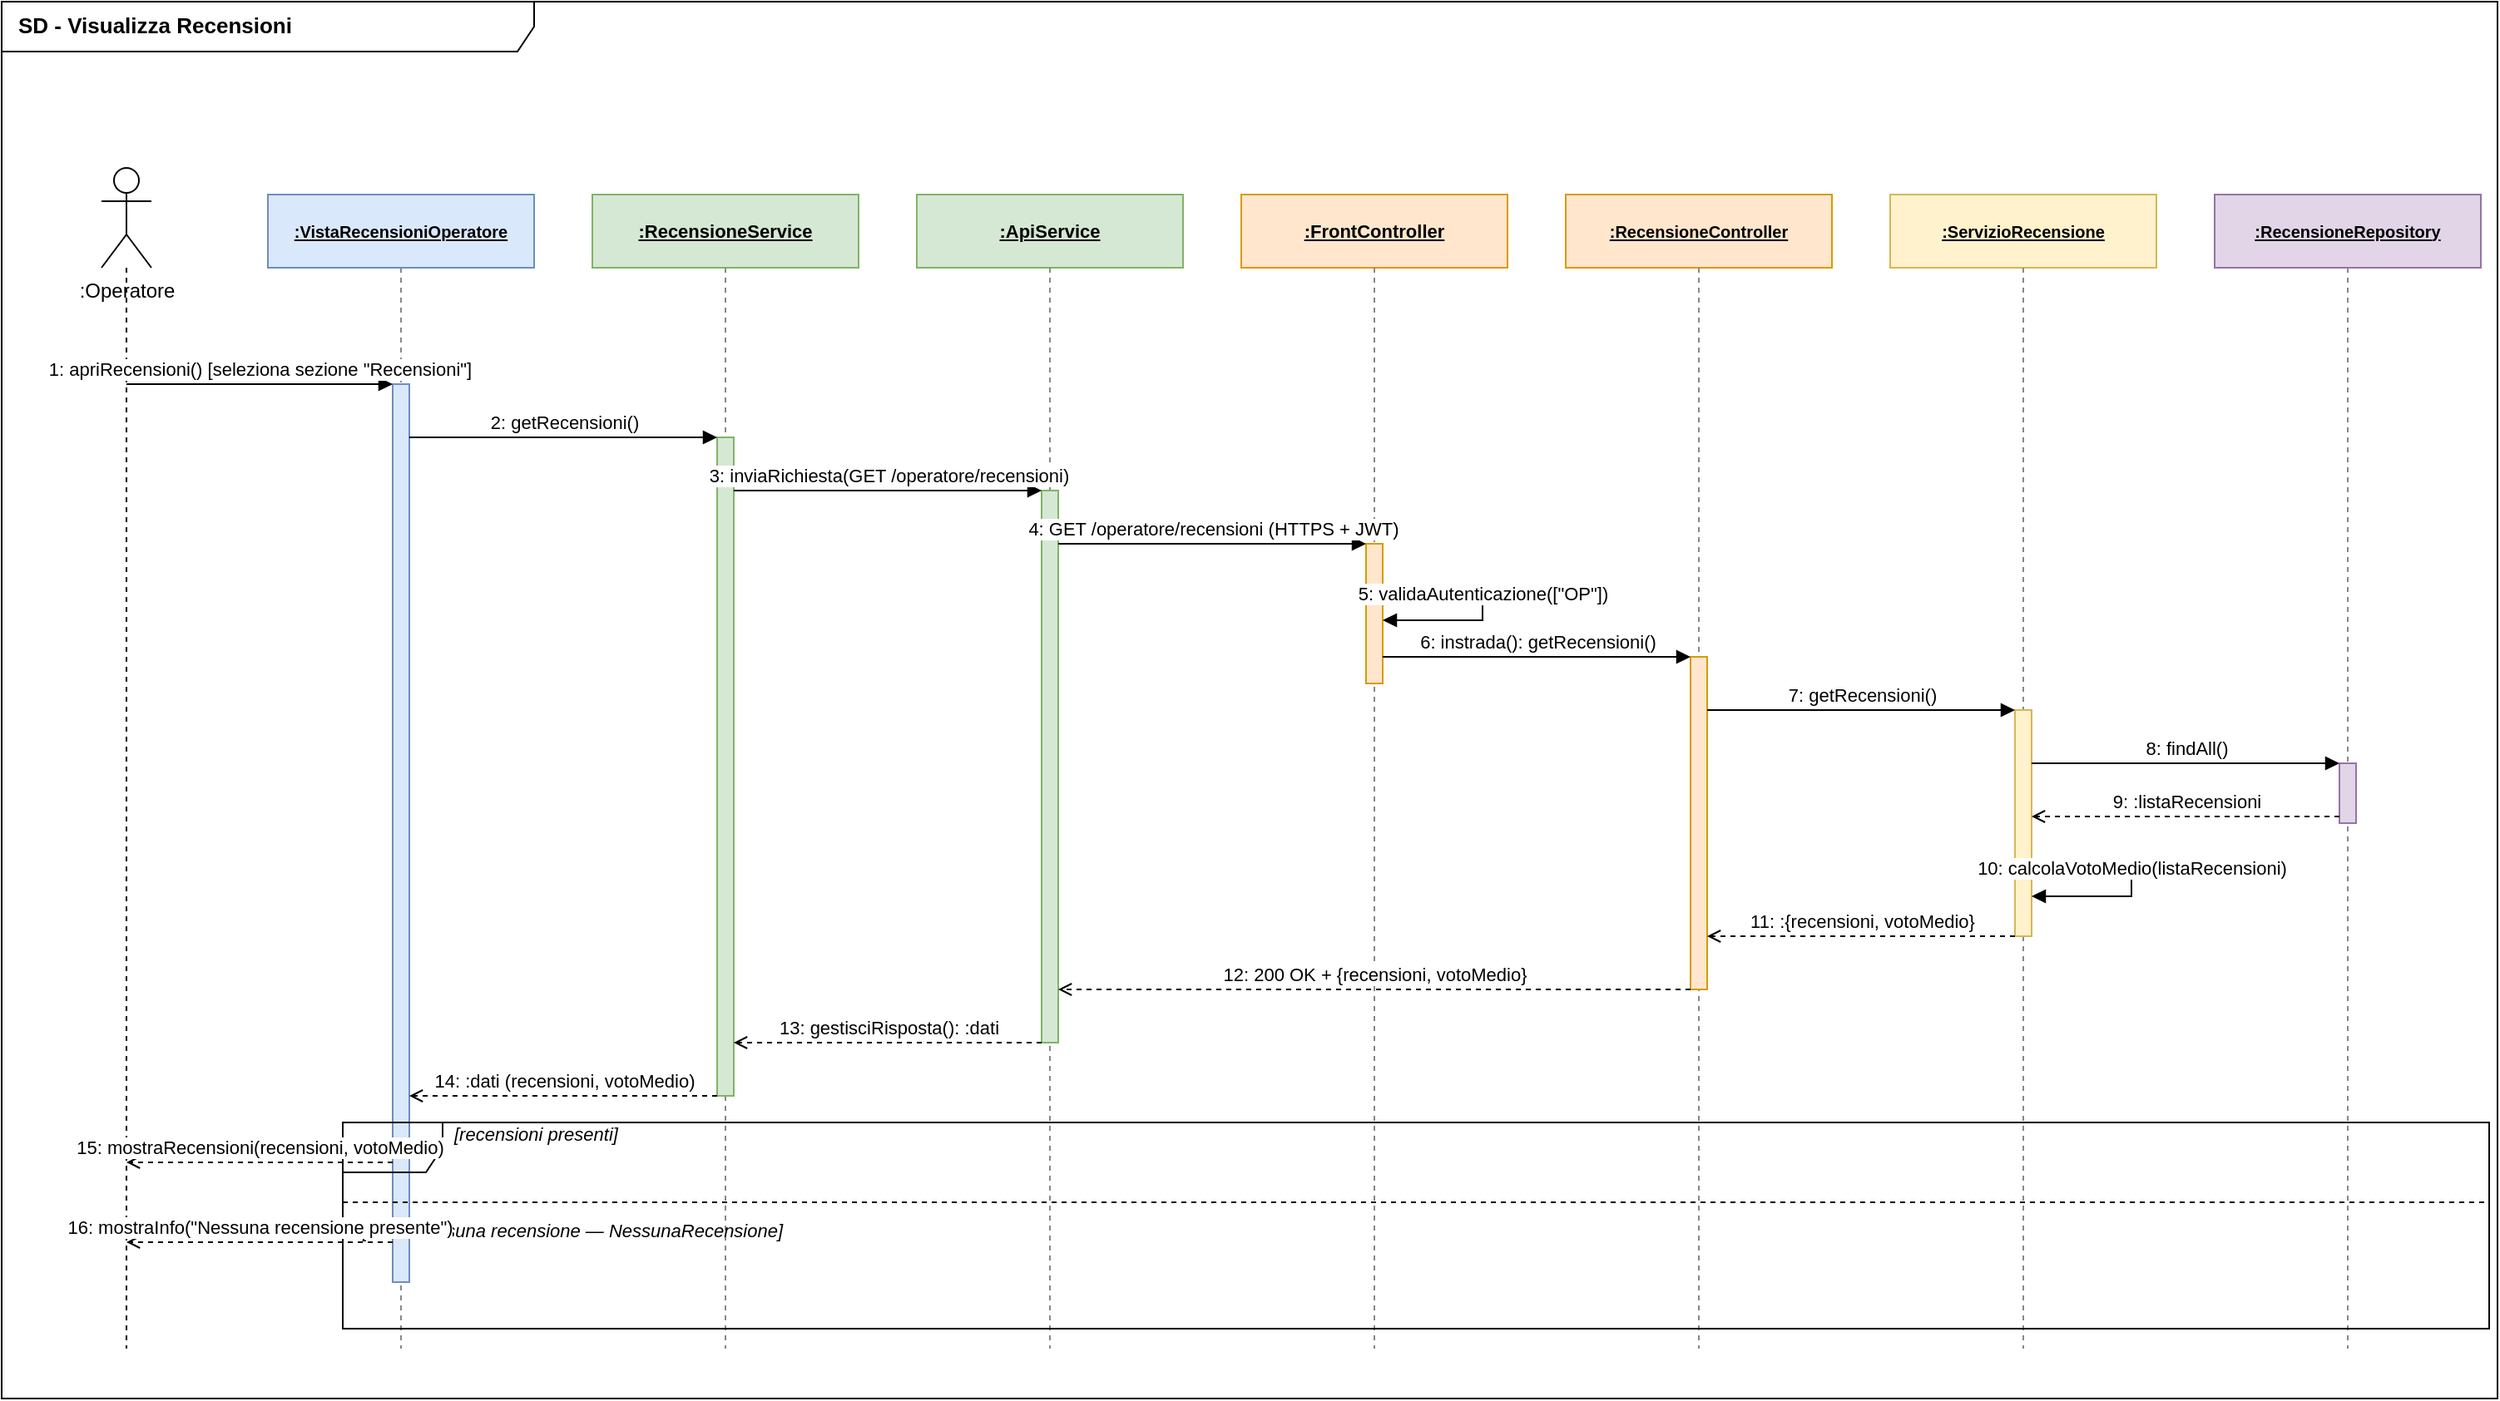
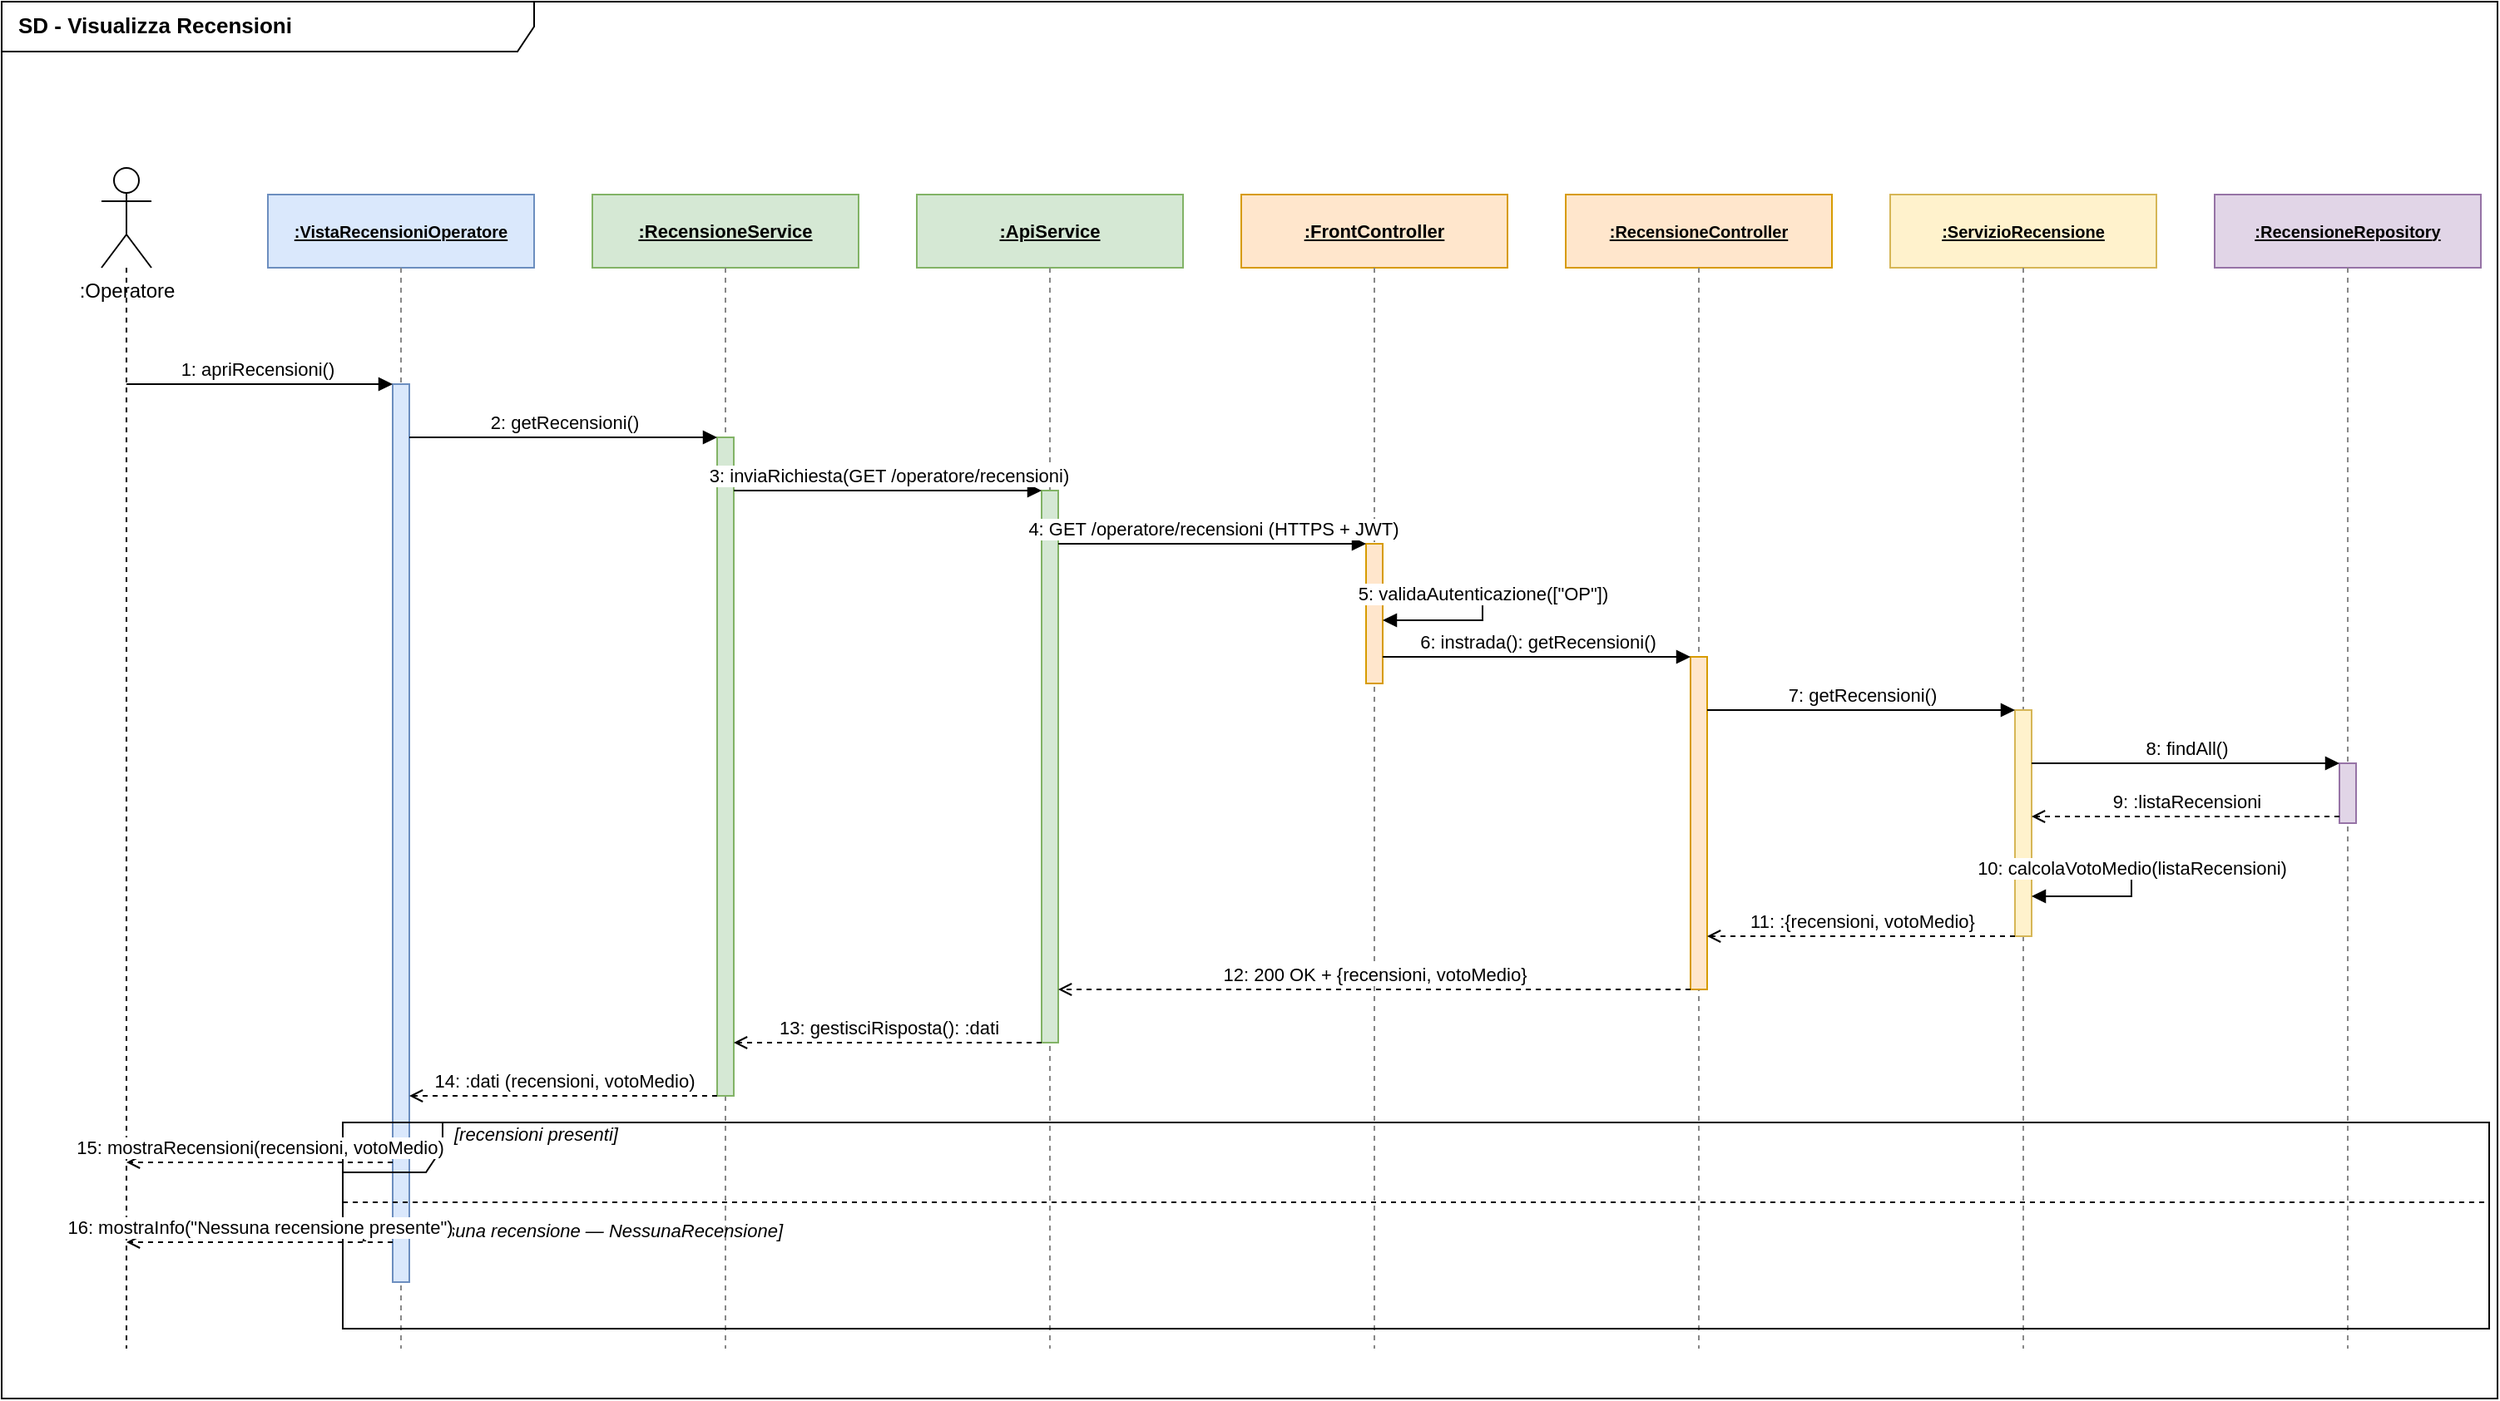
<mxfile host="65bd71144e">
    <diagram name="SD - Visualizza Recensioni" id="visualizza-recensioni-op12">
        <mxGraphModel dx="514" dy="642" grid="1" gridSize="10" guides="1" tooltips="1" connect="1" arrows="1" fold="1" page="1" pageScale="1" pageWidth="1654" pageHeight="1169" background="#FFFFFF" math="0" shadow="0">
            <root>
                <mxCell id="0"/>
                <mxCell id="1" parent="0"/>
                <mxCell id="frame" value="SD - Visualizza Recensioni" style="shape=umlFrame;whiteSpace=wrap;html=1;fontSize=13;fontStyle=1;align=left;spacingLeft=8;verticalAlign=top;width=320;height=30;" parent="1" vertex="1">
                    <mxGeometry x="45" y="80" width="1500" height="840" as="geometry"/>
                </mxCell>
                <mxCell id="ll-actor-h" value=":Operatore" style="shape=umlActor;verticalLabelPosition=bottom;verticalAlign=top;html=1;outlineConnect=0;" parent="1" vertex="1">
                    <mxGeometry x="105" y="180" width="30" height="60" as="geometry"/>
                </mxCell>
                <mxCell id="ll-actor" value="" style="endArrow=none;dashed=1;html=1;strokeColor=#000000;" parent="1" edge="1">
                    <mxGeometry relative="1" as="geometry">
                        <mxPoint x="120" y="240" as="sourcePoint"/>
                        <mxPoint x="120" y="890" as="targetPoint"/>
                    </mxGeometry>
                </mxCell>
                <mxCell id="ll-view-h" value="&lt;b&gt;&lt;u&gt;:VistaRecensioniOperatore&lt;/u&gt;&lt;/b&gt;" style="rounded=0;whiteSpace=wrap;html=1;fillColor=#dae8fc;strokeColor=#6c8ebf;fontSize=10;" parent="1" vertex="1">
                    <mxGeometry x="205" y="196" width="160" height="44" as="geometry"/>
                </mxCell>
                <mxCell id="ll-view" value="" style="endArrow=none;dashed=1;html=1;strokeColor=#888888;" parent="1" edge="1">
                    <mxGeometry relative="1" as="geometry">
                        <mxPoint x="285" y="240" as="sourcePoint"/>
                        <mxPoint x="285" y="890" as="targetPoint"/>
                    </mxGeometry>
                </mxCell>
                <mxCell id="ll-rs-h" value="&lt;b&gt;&lt;u&gt;:RecensioneService&lt;/u&gt;&lt;/b&gt;" style="rounded=0;whiteSpace=wrap;html=1;fillColor=#d5e8d4;strokeColor=#82b366;fontSize=11;" parent="1" vertex="1">
                    <mxGeometry x="400" y="196" width="160" height="44" as="geometry"/>
                </mxCell>
                <mxCell id="ll-rs" value="" style="endArrow=none;dashed=1;html=1;strokeColor=#888888;" parent="1" edge="1">
                    <mxGeometry relative="1" as="geometry">
                        <mxPoint x="480" y="240" as="sourcePoint"/>
                        <mxPoint x="480" y="890" as="targetPoint"/>
                    </mxGeometry>
                </mxCell>
                <mxCell id="ll-api-h" value="&lt;b&gt;&lt;u&gt;:ApiService&lt;/u&gt;&lt;/b&gt;" style="rounded=0;whiteSpace=wrap;html=1;fillColor=#d5e8d4;strokeColor=#82b366;fontSize=11;" parent="1" vertex="1">
                    <mxGeometry x="595" y="196" width="160" height="44" as="geometry"/>
                </mxCell>
                <mxCell id="ll-api" value="" style="endArrow=none;dashed=1;html=1;strokeColor=#888888;" parent="1" edge="1">
                    <mxGeometry relative="1" as="geometry">
                        <mxPoint x="675" y="240" as="sourcePoint"/>
                        <mxPoint x="675" y="890" as="targetPoint"/>
                    </mxGeometry>
                </mxCell>
                <mxCell id="ll-fc-h" value="&lt;b&gt;&lt;u&gt;:FrontController&lt;/u&gt;&lt;/b&gt;" style="rounded=0;whiteSpace=wrap;html=1;fillColor=#ffe6cc;strokeColor=#d79b00;fontSize=11;" parent="1" vertex="1">
                    <mxGeometry x="790" y="196" width="160" height="44" as="geometry"/>
                </mxCell>
                <mxCell id="ll-fc" value="" style="endArrow=none;dashed=1;html=1;strokeColor=#888888;" parent="1" edge="1">
                    <mxGeometry relative="1" as="geometry">
                        <mxPoint x="870" y="240" as="sourcePoint"/>
                        <mxPoint x="870" y="890" as="targetPoint"/>
                    </mxGeometry>
                </mxCell>
                <mxCell id="ll-rc-h" value="&lt;b&gt;&lt;u&gt;:RecensioneController&lt;/u&gt;&lt;/b&gt;" style="rounded=0;whiteSpace=wrap;html=1;fillColor=#ffe6cc;strokeColor=#d79b00;fontSize=10;" parent="1" vertex="1">
                    <mxGeometry x="985" y="196" width="160" height="44" as="geometry"/>
                </mxCell>
                <mxCell id="ll-rc" value="" style="endArrow=none;dashed=1;html=1;strokeColor=#888888;" parent="1" edge="1">
                    <mxGeometry relative="1" as="geometry">
                        <mxPoint x="1065" y="240" as="sourcePoint"/>
                        <mxPoint x="1065" y="890" as="targetPoint"/>
                    </mxGeometry>
                </mxCell>
                <mxCell id="ll-sr-h" value="&lt;b&gt;&lt;u&gt;:ServizioRecensione&lt;/u&gt;&lt;/b&gt;" style="rounded=0;whiteSpace=wrap;html=1;fillColor=#fff2cc;strokeColor=#d6b656;fontSize=10;" parent="1" vertex="1">
                    <mxGeometry x="1180" y="196" width="160" height="44" as="geometry"/>
                </mxCell>
                <mxCell id="ll-sr" value="" style="endArrow=none;dashed=1;html=1;strokeColor=#888888;" parent="1" edge="1">
                    <mxGeometry relative="1" as="geometry">
                        <mxPoint x="1260" y="240" as="sourcePoint"/>
                        <mxPoint x="1260" y="890" as="targetPoint"/>
                    </mxGeometry>
                </mxCell>
                <mxCell id="ll-rr-h" value="&lt;b&gt;&lt;u&gt;:RecensioneRepository&lt;/u&gt;&lt;/b&gt;" style="rounded=0;whiteSpace=wrap;html=1;fillColor=#e1d5e7;strokeColor=#9673a6;fontSize=10;" parent="1" vertex="1">
                    <mxGeometry x="1375" y="196" width="160" height="44" as="geometry"/>
                </mxCell>
                <mxCell id="ll-rr" value="" style="endArrow=none;dashed=1;html=1;strokeColor=#888888;" parent="1" edge="1">
                    <mxGeometry relative="1" as="geometry">
                        <mxPoint x="1455" y="240" as="sourcePoint"/>
                        <mxPoint x="1455" y="890" as="targetPoint"/>
                    </mxGeometry>
                </mxCell>
                <mxCell id="act-view" value="" style="html=1;points=[];perimeter=mxPerimeter.rectanglePerimeter;fillColor=#dae8fc;strokeColor=#6c8ebf;" parent="1" vertex="1">
                    <mxGeometry x="280" y="310" width="10" height="540" as="geometry"/>
                </mxCell>
                <mxCell id="act-rs" value="" style="html=1;points=[];perimeter=mxPerimeter.rectanglePerimeter;fillColor=#d5e8d4;strokeColor=#82b366;" parent="1" vertex="1">
                    <mxGeometry x="475" y="342" width="10" height="396" as="geometry"/>
                </mxCell>
                <mxCell id="act-api" value="" style="html=1;points=[];perimeter=mxPerimeter.rectanglePerimeter;fillColor=#d5e8d4;strokeColor=#82b366;" parent="1" vertex="1">
                    <mxGeometry x="670" y="374" width="10" height="332" as="geometry"/>
                </mxCell>
                <mxCell id="act-fc" value="" style="html=1;points=[];perimeter=mxPerimeter.rectanglePerimeter;fillColor=#ffe6cc;strokeColor=#d79b00;" parent="1" vertex="1">
                    <mxGeometry x="865" y="406" width="10" height="84" as="geometry"/>
                </mxCell>
                <mxCell id="act-rc" value="" style="html=1;points=[];perimeter=mxPerimeter.rectanglePerimeter;fillColor=#ffe6cc;strokeColor=#d79b00;" parent="1" vertex="1">
                    <mxGeometry x="1060" y="474" width="10" height="200" as="geometry"/>
                </mxCell>
                <mxCell id="act-sr" value="" style="html=1;points=[];perimeter=mxPerimeter.rectanglePerimeter;fillColor=#fff2cc;strokeColor=#d6b656;" parent="1" vertex="1">
                    <mxGeometry x="1255" y="506" width="10" height="136" as="geometry"/>
                </mxCell>
                <mxCell id="act-rr" value="" style="html=1;points=[];perimeter=mxPerimeter.rectanglePerimeter;fillColor=#e1d5e7;strokeColor=#9673a6;" parent="1" vertex="1">
                    <mxGeometry x="1450" y="538" width="10" height="36" as="geometry"/>
                </mxCell>
                <mxCell id="alt" value="alt" style="shape=umlFrame;whiteSpace=wrap;html=1;fontSize=11;fontStyle=1;align=left;spacingLeft=6;verticalAlign=top;fillColor=none;" parent="1" vertex="1">
                    <mxGeometry x="250" y="754" width="1290" height="124" as="geometry"/>
                </mxCell>
                <mxCell id="alt-g1" value="[recensioni presenti]" style="text;html=1;align=left;fontSize=11;fontStyle=2;strokeColor=none;fillColor=none;" parent="1" vertex="1">
                    <mxGeometry x="315" y="748" width="220" height="22" as="geometry"/>
                </mxCell>
                <mxCell id="alt-sep" value="" style="endArrow=none;dashed=1;html=1;strokeColor=#000000;" parent="1" edge="1">
                    <mxGeometry relative="1" as="geometry">
                        <mxPoint x="250" y="802" as="sourcePoint"/>
                        <mxPoint x="1540" y="802" as="targetPoint"/>
                    </mxGeometry>
                </mxCell>
                <mxCell id="alt-g2" value="[else / nessuna recensione — NessunaRecensione]" style="text;html=1;align=left;fontSize=11;fontStyle=2;strokeColor=none;fillColor=none;" parent="1" vertex="1">
                    <mxGeometry x="260" y="806" width="420" height="22" as="geometry"/>
                </mxCell>
-                 <mxCell id="m1" value="1: apriRecensioni() [seleziona sezione &quot;Recensioni&quot;]" style="html=1;verticalAlign=bottom;endArrow=block;endFill=1;fontSize=11;" parent="1" edge="1">
+                 <mxCell id="m1" value="1: apriRecensioni()&amp;nbsp;" style="html=1;verticalAlign=bottom;endArrow=block;endFill=1;fontSize=11;" parent="1" edge="1">
                    <mxGeometry relative="1" as="geometry">
                        <mxPoint x="120" y="310" as="sourcePoint"/>
                        <mxPoint x="280" y="310" as="targetPoint"/>
                    </mxGeometry>
                </mxCell>
                <mxCell id="m2" value="2: getRecensioni()" style="html=1;verticalAlign=bottom;endArrow=block;endFill=1;fontSize=11;" parent="1" edge="1">
                    <mxGeometry relative="1" as="geometry">
                        <mxPoint x="290" y="342" as="sourcePoint"/>
                        <mxPoint x="475" y="342" as="targetPoint"/>
                    </mxGeometry>
                </mxCell>
                <mxCell id="m3" value="3: inviaRichiesta(GET /operatore/recensioni)" style="html=1;verticalAlign=bottom;endArrow=block;endFill=1;fontSize=11;" parent="1" edge="1">
                    <mxGeometry relative="1" as="geometry">
                        <mxPoint x="485" y="374" as="sourcePoint"/>
                        <mxPoint x="670" y="374" as="targetPoint"/>
                    </mxGeometry>
                </mxCell>
                <mxCell id="m4" value="4: GET /operatore/recensioni  (HTTPS + JWT)" style="html=1;verticalAlign=bottom;endArrow=block;endFill=1;fontSize=11;" parent="1" edge="1">
                    <mxGeometry relative="1" as="geometry">
                        <mxPoint x="680" y="406" as="sourcePoint"/>
                        <mxPoint x="865" y="406" as="targetPoint"/>
                    </mxGeometry>
                </mxCell>
                <mxCell id="m5" value="5: validaAutenticazione([&quot;OP&quot;])" style="html=1;verticalAlign=bottom;endArrow=block;endFill=1;fontSize=11;rounded=0;" parent="1" edge="1">
                    <mxGeometry relative="1" as="geometry">
                        <Array as="points">
                            <mxPoint x="935" y="438"/>
                            <mxPoint x="935" y="452"/>
                        </Array>
                        <mxPoint x="875" y="438" as="sourcePoint"/>
                        <mxPoint x="875" y="452" as="targetPoint"/>
                    </mxGeometry>
                </mxCell>
                <mxCell id="m6" value="6: instrada(): getRecensioni()" style="html=1;verticalAlign=bottom;endArrow=block;endFill=1;fontSize=11;" parent="1" edge="1">
                    <mxGeometry relative="1" as="geometry">
                        <mxPoint x="875" y="474" as="sourcePoint"/>
                        <mxPoint x="1060" y="474" as="targetPoint"/>
                    </mxGeometry>
                </mxCell>
                <mxCell id="m7" value="7: getRecensioni()" style="html=1;verticalAlign=bottom;endArrow=block;endFill=1;fontSize=11;" parent="1" edge="1">
                    <mxGeometry relative="1" as="geometry">
                        <mxPoint x="1070" y="506" as="sourcePoint"/>
                        <mxPoint x="1255" y="506" as="targetPoint"/>
                    </mxGeometry>
                </mxCell>
                <mxCell id="m8" value="8: findAll()" style="html=1;verticalAlign=bottom;endArrow=block;endFill=1;fontSize=11;" parent="1" edge="1">
                    <mxGeometry relative="1" as="geometry">
                        <mxPoint x="1265" y="538" as="sourcePoint"/>
                        <mxPoint x="1450" y="538" as="targetPoint"/>
                    </mxGeometry>
                </mxCell>
                <mxCell id="m9" value="9: :listaRecensioni" style="html=1;verticalAlign=bottom;dashed=1;endArrow=open;endFill=0;fontSize=11;" parent="1" edge="1">
                    <mxGeometry relative="1" as="geometry">
                        <mxPoint x="1450" y="570" as="sourcePoint"/>
                        <mxPoint x="1265" y="570" as="targetPoint"/>
                    </mxGeometry>
                </mxCell>
                <mxCell id="m10" value="10: calcolaVotoMedio(listaRecensioni)" style="html=1;verticalAlign=bottom;endArrow=block;endFill=1;fontSize=11;rounded=0;" parent="1" edge="1">
                    <mxGeometry relative="1" as="geometry">
                        <Array as="points">
                            <mxPoint x="1325" y="602"/>
                            <mxPoint x="1325" y="618"/>
                        </Array>
                        <mxPoint x="1265" y="602" as="sourcePoint"/>
                        <mxPoint x="1265" y="618" as="targetPoint"/>
                    </mxGeometry>
                </mxCell>
                <mxCell id="m11" value="11: :{recensioni, votoMedio}" style="html=1;verticalAlign=bottom;dashed=1;endArrow=open;endFill=0;fontSize=11;" parent="1" edge="1">
                    <mxGeometry relative="1" as="geometry">
                        <mxPoint x="1255" y="642" as="sourcePoint"/>
                        <mxPoint x="1070" y="642" as="targetPoint"/>
                    </mxGeometry>
                </mxCell>
                <mxCell id="m12" value="12: 200 OK + {recensioni, votoMedio}" style="html=1;verticalAlign=bottom;dashed=1;endArrow=open;endFill=0;fontSize=11;" parent="1" edge="1">
                    <mxGeometry relative="1" as="geometry">
                        <mxPoint x="1060" y="674" as="sourcePoint"/>
                        <mxPoint x="680" y="674" as="targetPoint"/>
                    </mxGeometry>
                </mxCell>
                <mxCell id="m13" value="13: gestisciRisposta(): :dati" style="html=1;verticalAlign=bottom;dashed=1;endArrow=open;endFill=0;fontSize=11;" parent="1" edge="1">
                    <mxGeometry relative="1" as="geometry">
                        <mxPoint x="670" y="706" as="sourcePoint"/>
                        <mxPoint x="485" y="706" as="targetPoint"/>
                    </mxGeometry>
                </mxCell>
                <mxCell id="m14" value="14: :dati (recensioni, votoMedio)" style="html=1;verticalAlign=bottom;dashed=1;endArrow=open;endFill=0;fontSize=11;" parent="1" edge="1">
                    <mxGeometry relative="1" as="geometry">
                        <mxPoint x="475" y="738" as="sourcePoint"/>
                        <mxPoint x="290" y="738" as="targetPoint"/>
                    </mxGeometry>
                </mxCell>
                <mxCell id="m15" value="15: mostraRecensioni(recensioni, votoMedio)" style="html=1;verticalAlign=bottom;dashed=1;endArrow=open;endFill=0;fontSize=11;" parent="1" edge="1">
                    <mxGeometry relative="1" as="geometry">
                        <mxPoint x="280" y="778" as="sourcePoint"/>
                        <mxPoint x="120" y="778" as="targetPoint"/>
                    </mxGeometry>
                </mxCell>
                <mxCell id="m16" value="16: mostraInfo(&quot;Nessuna recensione presente&quot;)" style="html=1;verticalAlign=bottom;dashed=1;endArrow=open;endFill=0;fontSize=11;" parent="1" edge="1">
                    <mxGeometry relative="1" as="geometry">
                        <mxPoint x="280" y="826" as="sourcePoint"/>
                        <mxPoint x="120" y="826" as="targetPoint"/>
                    </mxGeometry>
                </mxCell>
            </root>
        </mxGraphModel>
    </diagram>
</mxfile>